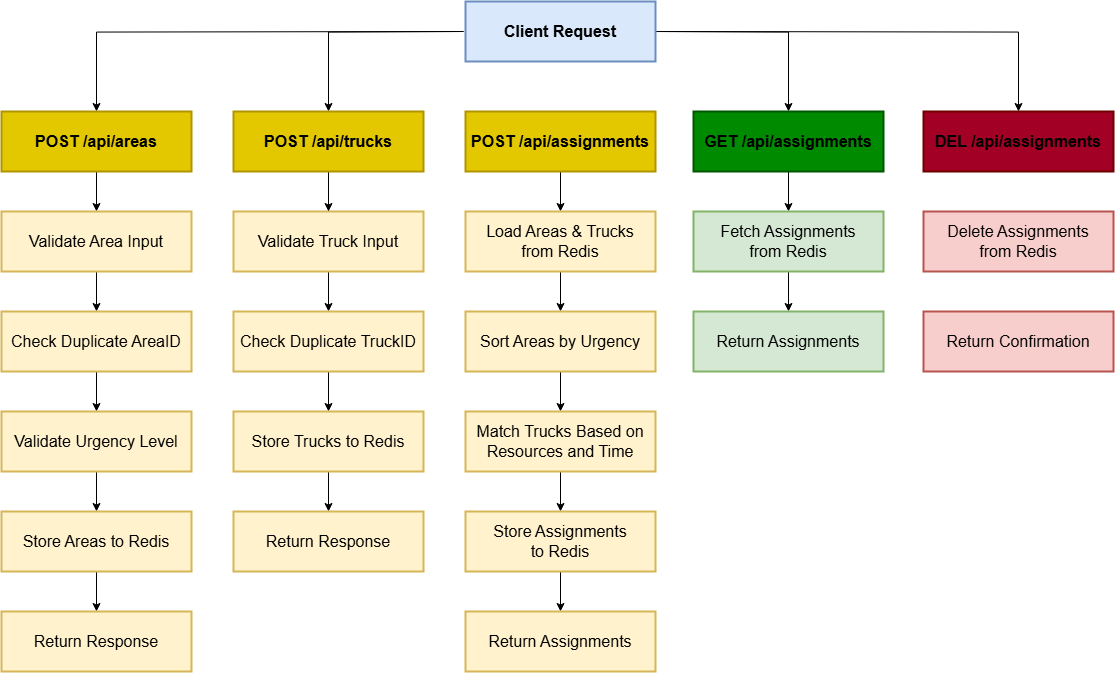
Before: images/Disaster-Resource-Allocation-API-Flowchart.png, a diagram exported from draw.io (ptpofficialxd/disaster-resource-allocation-api). Source tidied: cells renumbered, new cells last; positions are measured from the earlier drawing's top-left corner, leaving out a move shared by most shapes.
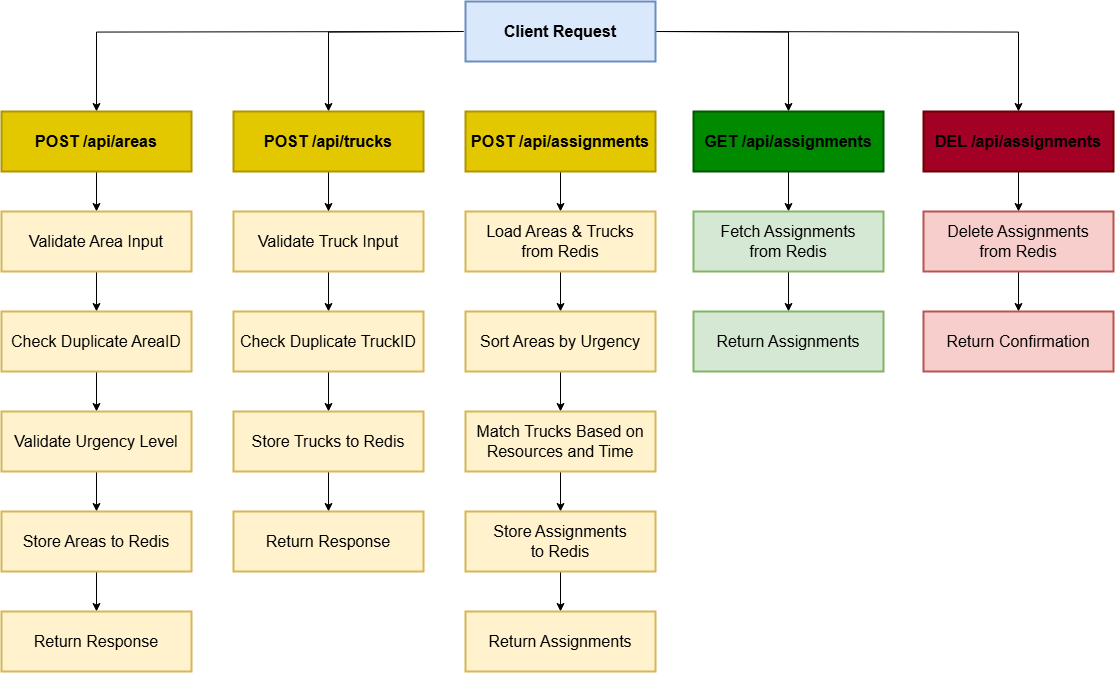
The same file after the commit.

Diff of the diagram source:
```diff
@@ -64,6 +64,9 @@
     <mxCell id="19" value="&lt;span style=&quot;&quot;&gt;GET /api/assignments&lt;/span&gt;" style="rounded=0;whiteSpace=wrap;html=1;fontSize=16;fillColor=#008a00;strokeColor=#005700;strokeWidth=2;fontColor=#000000;fontStyle=1;" parent="1" vertex="1">
       <mxGeometry x="692" y="110" width="190" height="60" as="geometry" />
     </mxCell>
+    <mxCell id="46" style="edgeStyle=orthogonalEdgeStyle;rounded=0;jettySize=auto;html=1;" parent="1" edge="1" source="20" target="43">
+      <mxGeometry relative="1" as="geometry" />
+    </mxCell>
     <mxCell id="20" value="&lt;span style=&quot;&quot;&gt;DEL /api/assignments&lt;/span&gt;" style="rounded=0;whiteSpace=wrap;html=1;fontSize=16;fillColor=#a20025;strokeColor=#6F0000;strokeWidth=2;fontColor=#000000;fontStyle=1;" parent="1" vertex="1">
       <mxGeometry x="922" y="110" width="190" height="60" as="geometry" />
     </mxCell>
@@ -133,6 +136,9 @@
     <mxCell id="42" value="&lt;span style=&quot;&quot;&gt;Return Assignments&lt;/span&gt;" style="rounded=0;whiteSpace=wrap;html=1;fontSize=16;fillColor=#d5e8d4;strokeColor=#82b366;strokeWidth=2;fontColor=default;" parent="1" vertex="1">
       <mxGeometry x="692" y="310" width="190" height="60" as="geometry" />
     </mxCell>
+    <mxCell id="47" style="edgeStyle=orthogonalEdgeStyle;rounded=0;jettySize=auto;html=1;" parent="1" edge="1" source="43" target="44">
+      <mxGeometry relative="1" as="geometry" />
+    </mxCell>
     <mxCell id="43" value="&lt;span style=&quot;&quot;&gt;Delete Assignments&lt;br&gt;from Redis&lt;/span&gt;" style="rounded=0;whiteSpace=wrap;html=1;fontSize=16;fillColor=#f8cecc;strokeColor=#b85450;strokeWidth=2;" parent="1" vertex="1">
       <mxGeometry x="922" y="210" width="190" height="60" as="geometry" />
     </mxCell>
```
